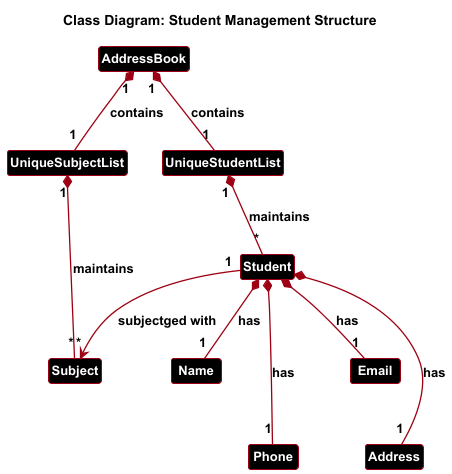
This is docs/images/BetterModelClassDiagram-Class_Diagram__Student_Management_Structure.png from nicholasohjj/tp, a PlantUML export, as it was before one commit.
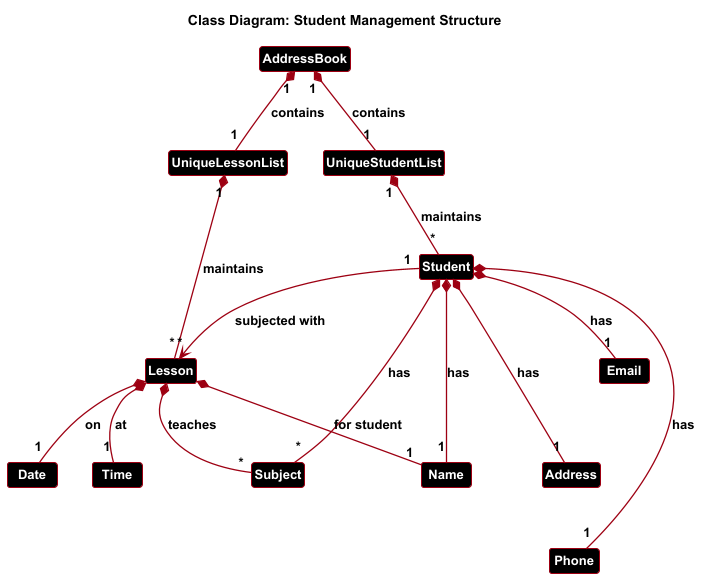
The same file after the commit.

Commit message:
Update UML class diagram to include lesson's attributes

Change to the diagram source:
```diff
@@ -15,7 +15,7 @@
 
 class AddressBook {
   - students: UniqueStudentList
-  - subjects: UniqueSubjectList
+  - subjects: UniqueLessonList
 }
 
 class UniqueStudentList {
@@ -24,8 +24,8 @@
   + remove(Student)
 }
 
-class UniqueSubjectList {
-  - internalList: List<Subject>
+class UniqueLessonList {
+  - internalList: List<Lesson>
   + add(Subject)
   + remove(Subject)
 }
@@ -40,8 +40,11 @@
   + removeSubject(Subject)
 }
 
-class Subject {
-  - subjectName: String
+class Lesson {
+  - studentName: Name
+  - subjects: Set<Subject>
+  - date: Date
+  - time: Time
 }
 
 class Name {
@@ -56,20 +59,36 @@
 class Address {
   - value: String
 }
+class Subject {
+  - value: String
+}
+class Date {
+  - value: LocalDate
+}
+class Time {
+  - value: LocalTime
+}
 
 AddressBook "1" *-- "1" UniqueStudentList : contains
-AddressBook "1" *-- "1" UniqueSubjectList : contains
+AddressBook "1" *-- "1" UniqueLessonList : contains
+
 UniqueStudentList "1" *-- "*" Student : maintains
-UniqueSubjectList "1" *-- "*" Subject : maintains
+UniqueLessonList "1" *-- "*" Lesson : maintains
 
 Student *-- "1" Name : has
 Student *-- "1" Phone : has
 Student *-- "1" Email : has
 Student *-- "1" Address : has
+Student *-- "*" Subject : has
 
-Student "1" --> "*" Subject : subjectged with
+Student "1" --> "*" Lesson : subjected with
 
-UniqueSubjectList -[hidden]right- UniqueStudentList
+Lesson *-- "1" Name : for student
+Lesson *-- "*" Subject : teaches
+Lesson *-- "1" Date : on
+Lesson *-- "1" Time : at
+
+UniqueLessonList -[hidden]right- UniqueStudentList
 Name -[hidden]down- Phone
 Email -[hidden]down- Address
 @enduml
```
